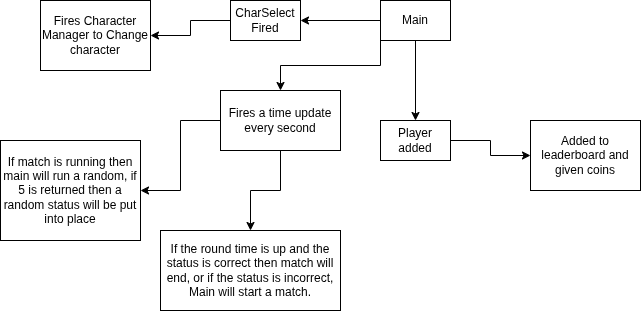
This is SORK.drawio.png from weasel-afk/SORK, a draw.io export, as it was before one commit. Source tidied: cells renumbered, new cells last; positions are measured from the earlier drawing's top-left corner, leaving out a move shared by most shapes.
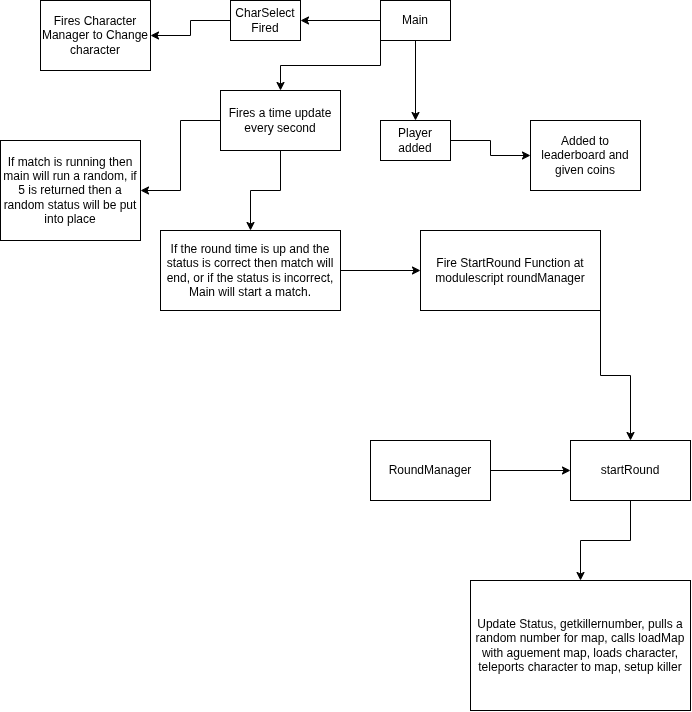
Later version of the same file.

Diff of the diagram source:
```diff
@@ -41,11 +41,35 @@
     <mxCell id="14" value="Fires a time update every second" style="rounded=0;whiteSpace=wrap;html=1;" parent="1" vertex="1">
       <mxGeometry x="220" y="90" width="120" height="60" as="geometry" />
     </mxCell>
+    <mxCell id="17" style="edgeStyle=orthogonalEdgeStyle;rounded=0;jettySize=auto;html=1;" parent="1" edge="1" source="15" target="19">
+      <mxGeometry relative="1" as="geometry" />
+    </mxCell>
     <mxCell id="15" value="If the round time is up and the status is correct then match will end, or if the status is incorrect, Main will start a match." style="rounded=0;whiteSpace=wrap;html=1;" parent="1" vertex="1">
       <mxGeometry x="160" y="230" width="180" height="80" as="geometry" />
     </mxCell>
     <mxCell id="16" value="If match is running then main will run a random, if 5 is returned then a random status will be put into place" style="rounded=0;whiteSpace=wrap;html=1;" parent="1" vertex="1">
       <mxGeometry y="140" width="140" height="100" as="geometry" />
     </mxCell>
+    <mxCell id="18" style="edgeStyle=orthogonalEdgeStyle;rounded=0;jettySize=auto;html=1;exitX=1;exitY=1;exitDx=0;exitDy=0;entryX=0.5;entryY=0;entryDx=0;entryDy=0;" parent="1" edge="1" source="19" target="23">
+      <mxGeometry relative="1" as="geometry" />
+    </mxCell>
+    <mxCell id="19" value="Fire StartRound Function at modulescript roundManager" style="rounded=0;whiteSpace=wrap;html=1;" parent="1" vertex="1">
+      <mxGeometry x="420" y="230" width="180" height="80" as="geometry" />
+    </mxCell>
+    <mxCell id="20" style="edgeStyle=orthogonalEdgeStyle;rounded=0;jettySize=auto;html=1;" parent="1" edge="1" source="21" target="23">
+      <mxGeometry relative="1" as="geometry" />
+    </mxCell>
+    <mxCell id="21" value="RoundManager" style="rounded=0;whiteSpace=wrap;html=1;" parent="1" vertex="1">
+      <mxGeometry x="370" y="440" width="120" height="60" as="geometry" />
+    </mxCell>
+    <mxCell id="22" style="edgeStyle=orthogonalEdgeStyle;rounded=0;jettySize=auto;html=1;" parent="1" edge="1" source="23" target="24">
+      <mxGeometry relative="1" as="geometry" />
+    </mxCell>
+    <mxCell id="23" value="startRound" style="rounded=0;whiteSpace=wrap;html=1;" parent="1" vertex="1">
+      <mxGeometry x="570" y="440" width="120" height="60" as="geometry" />
+    </mxCell>
+    <mxCell id="24" value="Update Status, getkillernumber, pulls a random number for map, calls loadMap with aguement map, loads character, teleports character to map, setup killer" style="rounded=0;whiteSpace=wrap;html=1;" parent="1" vertex="1">
+      <mxGeometry x="470" y="580" width="220" height="130" as="geometry" />
+    </mxCell>
   </root>
 </mxGraphModel>
```
